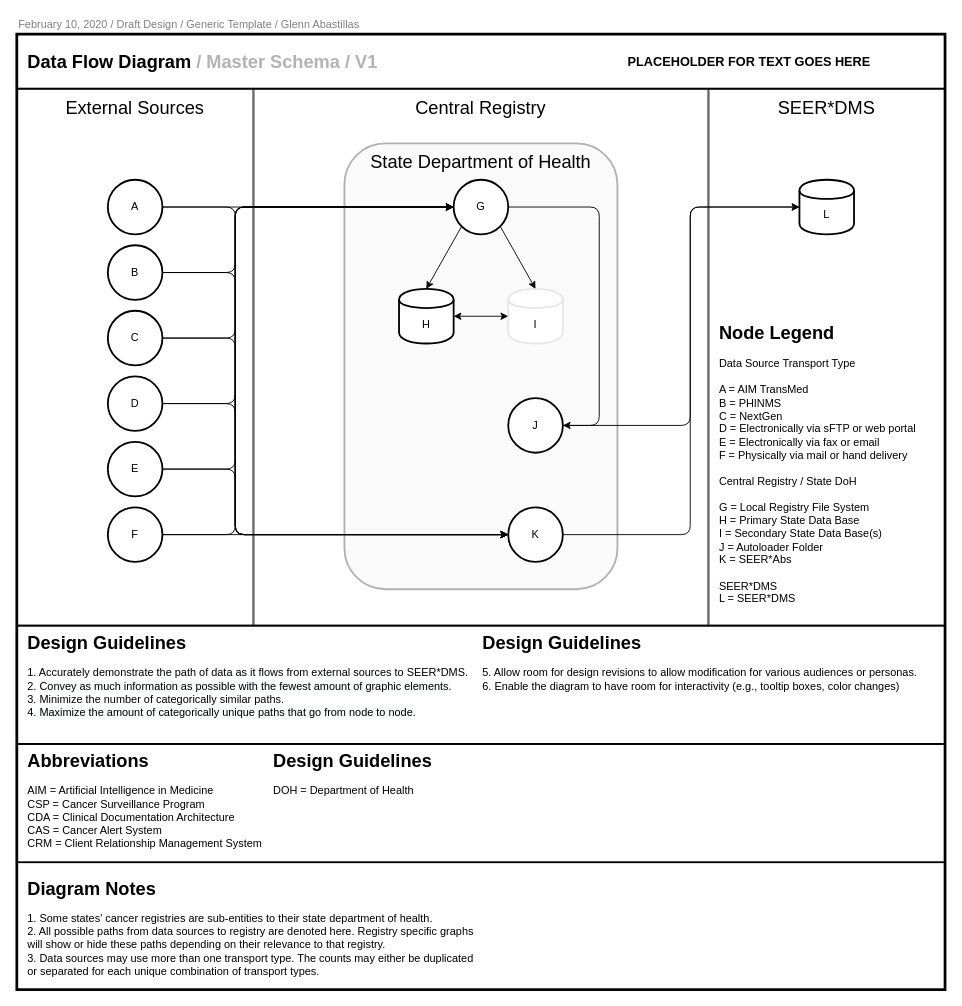
The draw.io diagram page "master_schema" (1 of 3) of ws5/svg/master_schema.drawio in gabastil/nci-seer, before the edit. Source tidied: cells renumbered, new cells numbered last; positions are measured from the earlier drawing's top-left corner, leaving out a move shared by most shapes. Both pictures are drawn from the tidied source at 91%, with x=0, y=0 at pixel (16, 15).
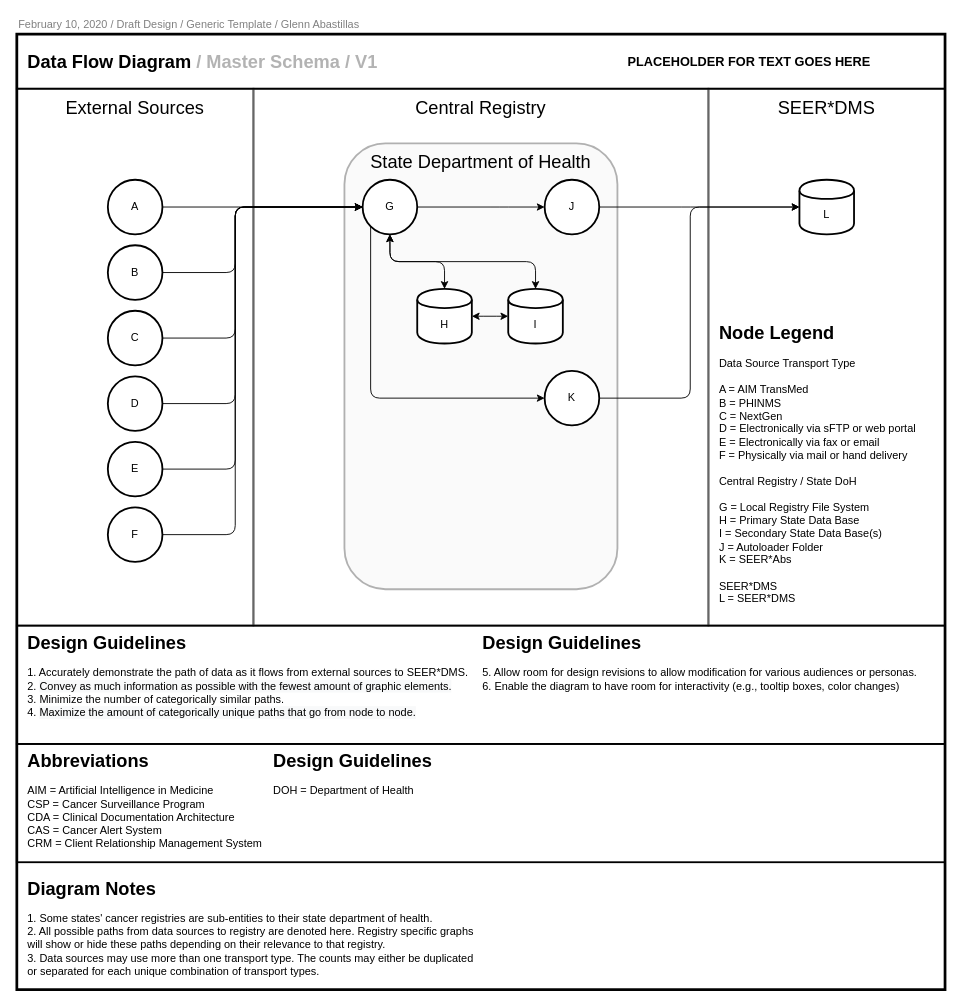
After the change.

Change to the diagram source:
```diff
@@
     <mxCell id="26" value="G" style="ellipse;whiteSpace=wrap;html=1;strokeWidth=2;" parent="24" vertex="1">
-      <mxGeometry x="480" y="180" width="60" height="60" as="geometry" />
+      <mxGeometry x="380" y="180" width="60" height="60" as="geometry" />
     </mxCell>
     <mxCell id="27" value="K" style="ellipse;whiteSpace=wrap;html=1;strokeWidth=2;" parent="24" vertex="1">
-      <mxGeometry x="540" y="540" width="60" height="60" as="geometry" />
+      <mxGeometry x="580" y="390" width="60" height="60" as="geometry" />
     </mxCell>
     <mxCell id="28" value="J" style="ellipse;whiteSpace=wrap;html=1;strokeWidth=2;" parent="24" vertex="1">
-      <mxGeometry x="540" y="420" width="60" height="60" as="geometry" />
+      <mxGeometry x="580" y="180" width="60" height="60" as="geometry" />
     </mxCell>
@@
     <mxCell id="34" value="&lt;div align=&quot;center&quot;&gt;H&lt;/div&gt;" style="shape=cylinder;whiteSpace=wrap;html=1;boundedLbl=1;backgroundOutline=1;strokeWidth=2;fillColor=#ffffff;fontSize=12;align=center;" parent="24" vertex="1">
-      <mxGeometry x="420" y="300" width="60" height="60" as="geometry" />
+      <mxGeometry x="440" y="300" width="60" height="60" as="geometry" />
     </mxCell>
+    <mxCell id="36" value="&lt;div align=&quot;center&quot;&gt;L&lt;/div&gt;" style="shape=cylinder;whiteSpace=wrap;html=1;boundedLbl=1;backgroundOutline=1;strokeWidth=2;fillColor=#ffffff;fontSize=12;align=center;" parent="24" vertex="1">
+      <mxGeometry x="860" y="180" width="60" height="60" as="geometry" />
+    </mxCell>
-    <mxCell id="35" value="&lt;div align=&quot;center&quot;&gt;I&lt;/div&gt;" style="shape=cylinder;whiteSpace=wrap;html=1;boundedLbl=1;backgroundOutline=1;strokeWidth=2;fillColor=#FFFFFF;fontSize=12;align=center;strokeColor=#E6E6E6;" parent="24" vertex="1">
+    <mxCell id="35" value="&lt;div align=&quot;center&quot;&gt;I&lt;/div&gt;" style="shape=cylinder;whiteSpace=wrap;html=1;boundedLbl=1;backgroundOutline=1;strokeWidth=2;fillColor=#FFFFFF;fontSize=12;align=center;strokeColor=#000000;" parent="24" vertex="1">
       <mxGeometry x="540" y="300" width="60" height="60" as="geometry" />
     </mxCell>
-    <mxCell id="36" value="&lt;div align=&quot;center&quot;&gt;L&lt;/div&gt;" style="shape=cylinder;whiteSpace=wrap;html=1;boundedLbl=1;backgroundOutline=1;strokeWidth=2;fillColor=#ffffff;fontSize=12;align=center;" parent="24" vertex="1">
-      <mxGeometry x="860" y="180" width="60" height="60" as="geometry" />
-    </mxCell>
@@
     <mxCell id="38" style="edgeStyle=elbowEdgeStyle;orthogonalLoop=1;jettySize=auto;html=1;exitX=1;exitY=0.5;exitDx=0;exitDy=0;fontSize=12;rounded=1;" parent="37" edge="1">
       <mxGeometry relative="1" as="geometry">
         <mxPoint x="160" y="210" as="sourcePoint" />
-        <mxPoint x="480" y="210" as="targetPoint" />
+        <mxPoint x="380" y="210" as="targetPoint" />
       </mxGeometry>
     </mxCell>
-    <mxCell id="39" style="edgeStyle=elbowEdgeStyle;orthogonalLoop=1;jettySize=auto;html=1;exitX=1;exitY=0.5;exitDx=0;exitDy=0;fontSize=12;rounded=1;" parent="37" edge="1">
+    <mxCell id="39" style="edgeStyle=elbowEdgeStyle;jettySize=auto;html=1;exitX=1;exitY=0.5;exitDx=0;exitDy=0;fontSize=12;rounded=1;" parent="37" edge="1" target="26">
       <mxGeometry relative="1" as="geometry">
         <mxPoint x="160" y="282" as="sourcePoint" />
-        <mxPoint x="480" y="210" as="targetPoint" />
         <Array as="points">
           <mxPoint x="240" y="250" />
         </Array>
       </mxGeometry>
     </mxCell>
-    <mxCell id="40" style="edgeStyle=elbowEdgeStyle;orthogonalLoop=1;jettySize=auto;html=1;exitX=1;exitY=0.5;exitDx=0;exitDy=0;entryX=0;entryY=0.5;entryDx=0;entryDy=0;fontSize=12;rounded=1;" parent="37" edge="1">
+    <mxCell id="40" style="edgeStyle=elbowEdgeStyle;jettySize=auto;html=1;exitX=1;exitY=0.5;exitDx=0;exitDy=0;entryX=0;entryY=0.5;entryDx=0;entryDy=0;fontSize=12;rounded=1;" parent="37" edge="1" target="26">
       <mxGeometry relative="1" as="geometry">
         <mxPoint x="160" y="354" as="sourcePoint" />
-        <mxPoint x="480" y="210" as="targetPoint" />
         <Array as="points">
           <mxPoint x="240" y="290" />
         </Array>
       </mxGeometry>
     </mxCell>
-    <mxCell id="41" style="edgeStyle=elbowEdgeStyle;orthogonalLoop=1;jettySize=auto;html=1;exitX=1;exitY=0.5;exitDx=0;exitDy=0;fontSize=12;rounded=1;" parent="37" edge="1">
+    <mxCell id="41" style="edgeStyle=elbowEdgeStyle;jettySize=auto;html=1;exitX=1;exitY=0.5;exitDx=0;exitDy=0;fontSize=12;rounded=1;entryX=0;entryY=0.5;entryDx=0;entryDy=0;" parent="37" edge="1" target="26">
       <mxGeometry relative="1" as="geometry">
         <mxPoint x="160" y="426" as="sourcePoint" />
-        <mxPoint x="480" y="210" as="targetPoint" />
         <Array as="points">
           <mxPoint x="240" y="320" />
         </Array>
       </mxGeometry>
     </mxCell>
     <mxCell id="42" style="edgeStyle=elbowEdgeStyle;orthogonalLoop=1;jettySize=auto;html=1;exitX=1;exitY=0.5;exitDx=0;exitDy=0;fontSize=12;rounded=1;" parent="37" edge="1">
       <mxGeometry relative="1" as="geometry">
         <mxPoint x="160" y="498" as="sourcePoint" />
-        <mxPoint x="480" y="210" as="targetPoint" />
+        <mxPoint x="380" y="210" as="targetPoint" />
         <Array as="points">
           <mxPoint x="240" y="360" />
         </Array>
       </mxGeometry>
     </mxCell>
     <mxCell id="43" style="edgeStyle=elbowEdgeStyle;orthogonalLoop=1;jettySize=auto;html=1;exitX=1;exitY=0.5;exitDx=0;exitDy=0;fontSize=12;rounded=1;" parent="37" edge="1">
       <mxGeometry relative="1" as="geometry">
         <mxPoint x="160" y="570" as="sourcePoint" />
-        <mxPoint x="480" y="210" as="targetPoint" />
+        <mxPoint x="380" y="210" as="targetPoint" />
         <Array as="points">
           <mxPoint x="240" y="390" />
         </Array>
       </mxGeometry>
     </mxCell>
-    <mxCell id="44" parent="0" />
-    <mxCell id="45" style="edgeStyle=elbowEdgeStyle;rounded=1;orthogonalLoop=1;jettySize=auto;html=1;exitX=1;exitY=0.5;exitDx=0;exitDy=0;entryX=0;entryY=0.5;entryDx=0;entryDy=0;startArrow=none;startFill=0;fontSize=12;shadow=0;jumpStyle=none;" parent="44" edge="1">
-      <mxGeometry relative="1" as="geometry">
-        <mxPoint x="160" y="210" as="sourcePoint" />
-        <mxPoint x="540" y="570" as="targetPoint" />
-        <Array as="points">
-          <mxPoint x="240" y="390" />
-        </Array>
-      </mxGeometry>
-    </mxCell>
-    <mxCell id="46" style="edgeStyle=elbowEdgeStyle;rounded=1;orthogonalLoop=1;jettySize=auto;html=1;exitX=1;exitY=0.5;exitDx=0;exitDy=0;startArrow=none;startFill=0;fontSize=12;shadow=0;jumpStyle=none;" parent="44" edge="1">
-      <mxGeometry relative="1" as="geometry">
-        <mxPoint x="160" y="282" as="sourcePoint" />
-        <mxPoint x="540" y="570" as="targetPoint" />
-        <Array as="points">
-          <mxPoint x="240" y="430" />
-        </Array>
-      </mxGeometry>
-    </mxCell>
-    <mxCell id="47" style="edgeStyle=elbowEdgeStyle;rounded=1;orthogonalLoop=1;jettySize=auto;html=1;exitX=1;exitY=0.5;exitDx=0;exitDy=0;startArrow=none;startFill=0;fontSize=12;shadow=0;jumpStyle=none;" parent="44" edge="1">
-      <mxGeometry relative="1" as="geometry">
-        <mxPoint x="160" y="354" as="sourcePoint" />
-        <mxPoint x="540" y="570" as="targetPoint" />
-        <Array as="points">
-          <mxPoint x="240" y="480" />
-        </Array>
-      </mxGeometry>
-    </mxCell>
-    <mxCell id="48" style="edgeStyle=elbowEdgeStyle;rounded=1;orthogonalLoop=1;jettySize=auto;html=1;exitX=1;exitY=0.5;exitDx=0;exitDy=0;startArrow=none;startFill=0;fontSize=12;shadow=0;jumpStyle=none;" parent="44" edge="1">
-      <mxGeometry relative="1" as="geometry">
-        <mxPoint x="160" y="426" as="sourcePoint" />
-        <mxPoint x="540" y="570" as="targetPoint" />
-        <Array as="points">
-          <mxPoint x="240" y="510" />
-        </Array>
-      </mxGeometry>
-    </mxCell>
-    <mxCell id="49" style="edgeStyle=elbowEdgeStyle;rounded=1;orthogonalLoop=1;jettySize=auto;html=1;exitX=1;exitY=0.5;exitDx=0;exitDy=0;startArrow=none;startFill=0;fontSize=12;shadow=0;jumpStyle=none;" parent="44" edge="1">
-      <mxGeometry relative="1" as="geometry">
-        <mxPoint x="160" y="498" as="sourcePoint" />
-        <mxPoint x="540" y="570" as="targetPoint" />
-        <Array as="points">
-          <mxPoint x="240" y="550" />
-        </Array>
-      </mxGeometry>
-    </mxCell>
-    <mxCell id="50" style="edgeStyle=elbowEdgeStyle;rounded=1;orthogonalLoop=1;jettySize=auto;html=1;exitX=1;exitY=0.5;exitDx=0;exitDy=0;startArrow=none;startFill=0;fontSize=12;shadow=0;jumpStyle=none;" parent="44" edge="1">
-      <mxGeometry relative="1" as="geometry">
-        <mxPoint x="160" y="570" as="sourcePoint" />
-        <mxPoint x="540" y="570" as="targetPoint" />
-      </mxGeometry>
-    </mxCell>
@@
-    <mxCell id="52" style="rounded=0;orthogonalLoop=1;jettySize=auto;html=1;exitX=0;exitY=1;exitDx=0;exitDy=0;fontSize=12;entryX=0.5;entryY=0;entryDx=0;entryDy=0;" parent="51" edge="1">
-      <mxGeometry relative="1" as="geometry">
-        <mxPoint x="488.8" y="231.2" as="sourcePoint" />
-        <mxPoint x="450" y="300" as="targetPoint" />
-      </mxGeometry>
-    </mxCell>
-    <mxCell id="53" style="edgeStyle=none;rounded=0;orthogonalLoop=1;jettySize=auto;html=1;exitX=1;exitY=1;exitDx=0;exitDy=0;entryX=0.5;entryY=0;entryDx=0;entryDy=0;fontSize=12;" parent="51" edge="1">
-      <mxGeometry relative="1" as="geometry">
-        <mxPoint x="531.2" y="231.2" as="sourcePoint" />
-        <mxPoint x="570" y="300" as="targetPoint" />
-      </mxGeometry>
-    </mxCell>
     <mxCell id="54" style="edgeStyle=none;rounded=0;orthogonalLoop=1;jettySize=auto;html=1;exitX=1;exitY=0.5;exitDx=0;exitDy=0;entryX=0;entryY=0.5;entryDx=0;entryDy=0;fontSize=12;startArrow=classic;startFill=1;" parent="51" edge="1">
       <mxGeometry relative="1" as="geometry">
-        <mxPoint x="480" y="330" as="sourcePoint" />
+        <mxPoint x="540" y="330" as="sourcePoint" />
         <mxPoint x="540" y="330" as="targetPoint" />
       </mxGeometry>
     </mxCell>
-    <mxCell id="55" style="edgeStyle=elbowEdgeStyle;rounded=1;comic=0;jumpStyle=none;jettySize=auto;elbow=vertical;html=1;exitX=1;exitY=0.5;exitDx=0;exitDy=0;shadow=0;startArrow=none;startFill=0;fontSize=12;entryX=1;entryY=0.5;entryDx=0;entryDy=0;" parent="51" edge="1" source="26" target="28">
-      <mxGeometry relative="1" as="geometry">
-        <Array as="points">
-          <mxPoint x="640" y="340" />
-          <mxPoint x="640" y="315" />
-        </Array>
-      </mxGeometry>
-    </mxCell>
+    <mxCell id="59" style="rounded=1;jettySize=auto;html=1;exitX=0.5;exitY=1;exitDx=0;exitDy=0;fontSize=12;entryX=0.5;entryY=0;entryDx=0;entryDy=0;edgeStyle=elbowEdgeStyle;elbow=vertical;startArrow=classic;startFill=1;" parent="51" edge="1" target="34">
+      <mxGeometry relative="1" as="geometry">
+        <mxPoint x="410" y="240" as="sourcePoint" />
+      </mxGeometry>
+    </mxCell>
+    <mxCell id="60" style="edgeStyle=elbowEdgeStyle;rounded=1;comic=0;jumpStyle=none;orthogonalLoop=1;jettySize=auto;elbow=vertical;html=1;exitX=1;exitY=0.5;exitDx=0;exitDy=0;shadow=0;startArrow=none;startFill=0;fontSize=12;" parent="51" edge="1">
+      <mxGeometry relative="1" as="geometry">
+        <mxPoint x="440" y="210" as="sourcePoint" />
+        <mxPoint x="580" y="210" as="targetPoint" />
+        <Array as="points">
+          <mxPoint x="530" y="210" />
+          <mxPoint x="640" y="315" />
+        </Array>
+      </mxGeometry>
+    </mxCell>
+    <mxCell id="61" style="edgeStyle=elbowEdgeStyle;rounded=1;comic=0;jumpStyle=none;jettySize=auto;elbow=vertical;html=1;exitX=1;exitY=0.5;exitDx=0;exitDy=0;entryX=0;entryY=0.5;entryDx=0;entryDy=0;shadow=0;startArrow=classic;startFill=1;strokeColor=#000000;fontSize=24;fontColor=none;" parent="51" edge="1" source="34" target="35">
+      <mxGeometry relative="1" as="geometry" />
+    </mxCell>
+    <mxCell id="62" style="edgeStyle=elbowEdgeStyle;rounded=1;comic=0;jumpStyle=none;jettySize=auto;elbow=vertical;html=1;exitX=0.5;exitY=1;exitDx=0;exitDy=0;entryX=0.5;entryY=0;entryDx=0;entryDy=0;shadow=0;startArrow=classic;startFill=1;strokeColor=#000000;fontSize=24;fontColor=none;" parent="51" edge="1" source="26" target="35">
+      <mxGeometry relative="1" as="geometry" />
+    </mxCell>
+    <mxCell id="63" style="edgeStyle=elbowEdgeStyle;rounded=1;comic=0;jumpStyle=none;jettySize=auto;elbow=vertical;html=1;exitX=0;exitY=1;exitDx=0;exitDy=0;entryX=0;entryY=0.5;entryDx=0;entryDy=0;shadow=0;startArrow=none;startFill=0;strokeColor=#000000;fontSize=24;fontColor=none;" parent="51" edge="1" source="26" target="27">
+      <mxGeometry relative="1" as="geometry">
+        <Array as="points">
+          <mxPoint x="480" y="420" />
+        </Array>
+      </mxGeometry>
+    </mxCell>
@@
-    <mxCell id="57" style="edgeStyle=elbowEdgeStyle;rounded=1;orthogonalLoop=1;jettySize=auto;html=1;exitX=1;exitY=0.5;exitDx=0;exitDy=0;entryX=0;entryY=0.5;entryDx=0;entryDy=0;startArrow=none;startFill=0;fontSize=12;" parent="56" edge="1">
+    <mxCell id="57" style="edgeStyle=elbowEdgeStyle;rounded=1;jettySize=auto;html=1;exitX=1;exitY=0.5;exitDx=0;exitDy=0;entryX=0;entryY=0.5;entryDx=0;entryDy=0;startArrow=none;startFill=0;fontSize=12;" parent="56" edge="1" source="27">
       <mxGeometry relative="1" as="geometry">
-        <mxPoint x="600" y="570" as="sourcePoint" />
         <mxPoint x="860" y="210" as="targetPoint" />
         <Array as="points">
           <mxPoint x="740" y="390" />
         </Array>
       </mxGeometry>
     </mxCell>
-    <mxCell id="58" style="edgeStyle=elbowEdgeStyle;rounded=1;orthogonalLoop=1;jettySize=auto;html=1;exitX=1;exitY=0.5;exitDx=0;exitDy=0;startArrow=none;startFill=0;fontSize=12;" parent="56" edge="1">
+    <mxCell id="58" style="edgeStyle=elbowEdgeStyle;rounded=1;jettySize=auto;html=1;exitX=1;exitY=0.5;exitDx=0;exitDy=0;startArrow=none;startFill=0;fontSize=12;" parent="56" edge="1" source="28">
       <mxGeometry relative="1" as="geometry">
-        <mxPoint x="600" y="450" as="sourcePoint" />
         <mxPoint x="860" y="210" as="targetPoint" />
         <Array as="points">
           <mxPoint x="740" y="330" />
         </Array>
       </mxGeometry>
     </mxCell>
```
